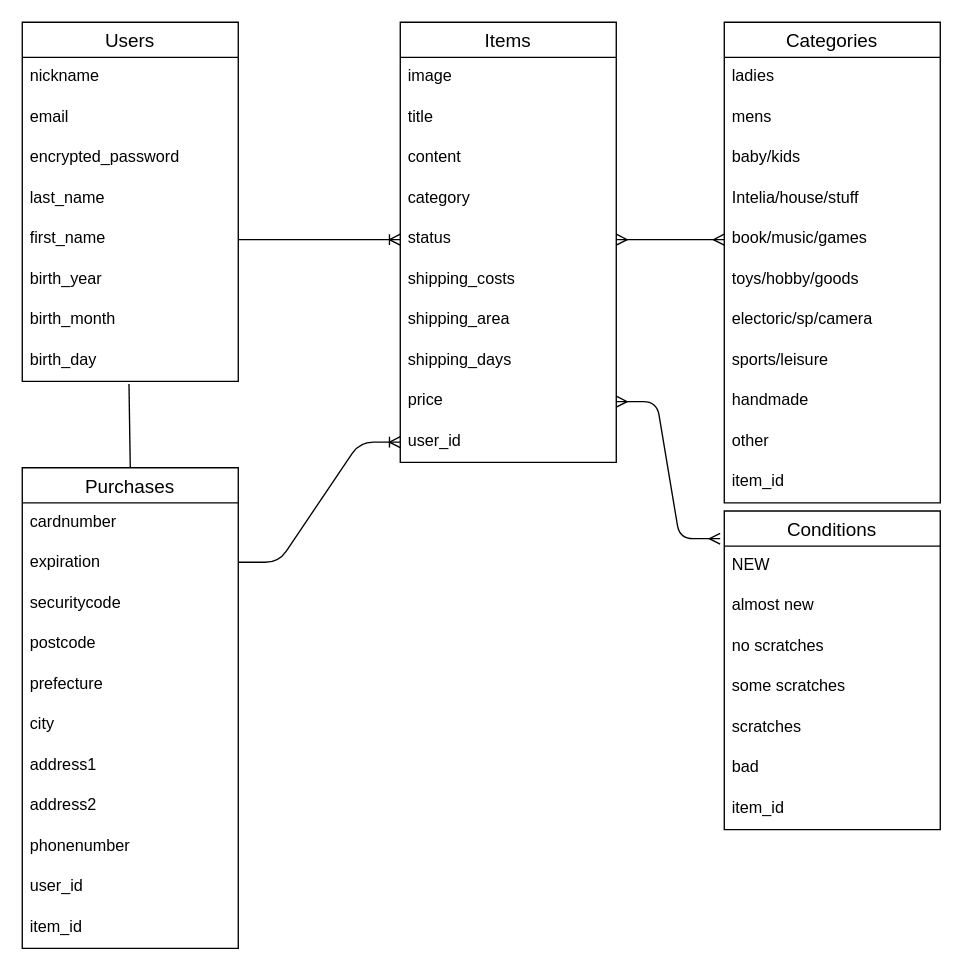
This is er.dio from Allisonna/furima-40530, a draw.io file, before an edit. Source tidied: cells renumbered, new cells numbered last; positions are measured from the earlier drawing's top-left corner, leaving out a move shared by most shapes. Both pictures are drawn from the tidied source at 135%, with x=0, y=0 at pixel (22, 22).
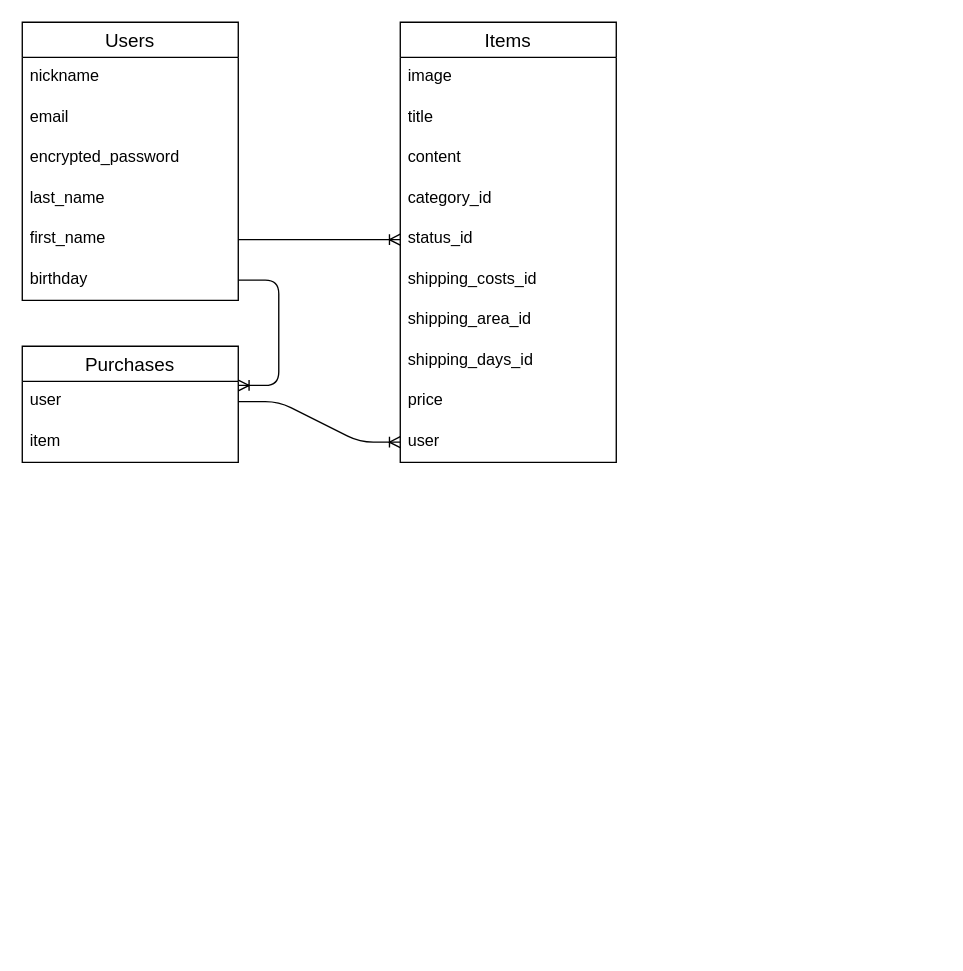
After the change.

Commit message (it also covers changes not shown here):
ER図とREADMEの修正

Unchanged cells that the change refers to:
```xml
<mxCell id="11" value="Items" style="swimlane;fontStyle=0;horizontal=1;startSize=26;align=center;fontSize=14;" parent="1" vertex="1">
  <mxGeometry x="280" width="160" height="326" as="geometry" />
</mxCell>
<mxCell id="20" value="price" style="text;strokeColor=none;fillColor=none;spacingLeft=4;spacingRight=4;overflow=hidden;points=[[0,0.5],[1,0.5]];portConstraint=eastwest;fontSize=12;" parent="11" vertex="1">
  <mxGeometry y="266" width="160" height="30" as="geometry" />
</mxCell>
```

Change to the diagram source:
```diff
@@
     <mxCell id="2" value="Users" style="swimlane;fontStyle=0;horizontal=1;startSize=26;align=center;fontSize=14;" parent="1" vertex="1">
-      <mxGeometry width="160" height="266" as="geometry" />
+      <mxGeometry width="160" height="206" as="geometry" />
     </mxCell>
@@
-    <mxCell id="8" value="birth_year" style="text;strokeColor=none;fillColor=none;spacingLeft=4;spacingRight=4;overflow=hidden;points=[[0,0.5],[1,0.5]];portConstraint=eastwest;fontSize=12;" parent="2" vertex="1">
+    <mxCell id="8" value="birthday" style="text;strokeColor=none;fillColor=none;spacingLeft=4;spacingRight=4;overflow=hidden;points=[[0,0.5],[1,0.5]];portConstraint=eastwest;fontSize=12;" parent="2" vertex="1">
       <mxGeometry y="176" width="160" height="30" as="geometry" />
     </mxCell>
-    <mxCell id="9" value="birth_month" style="text;strokeColor=none;fillColor=none;spacingLeft=4;spacingRight=4;overflow=hidden;fontSize=12;" parent="2" vertex="1">
-      <mxGeometry y="206" width="160" height="30" as="geometry" />
-    </mxCell>
-    <mxCell id="10" value="birth_day" style="text;strokeColor=none;fillColor=none;spacingLeft=4;spacingRight=4;overflow=hidden;points=[[0,0.5],[1,0.5]];portConstraint=eastwest;fontSize=12;" parent="2" vertex="1">
-      <mxGeometry y="236" width="160" height="30" as="geometry" />
-    </mxCell>
@@
-    <mxCell id="15" value="category" style="text;strokeColor=none;fillColor=none;spacingLeft=4;spacingRight=4;overflow=hidden;fontSize=12;" parent="11" vertex="1">
+    <mxCell id="15" value="category_id" style="text;strokeColor=none;fillColor=none;spacingLeft=4;spacingRight=4;overflow=hidden;fontSize=12;" parent="11" vertex="1">
       <mxGeometry y="116" width="160" height="30" as="geometry" />
     </mxCell>
-    <mxCell id="16" value="status" style="text;strokeColor=none;fillColor=none;spacingLeft=4;spacingRight=4;overflow=hidden;points=[[0,0.5],[1,0.5]];portConstraint=eastwest;fontSize=12;" parent="11" vertex="1">
+    <mxCell id="16" value="status_id" style="text;strokeColor=none;fillColor=none;spacingLeft=4;spacingRight=4;overflow=hidden;points=[[0,0.5],[1,0.5]];portConstraint=eastwest;fontSize=12;" parent="11" vertex="1">
       <mxGeometry y="146" width="160" height="30" as="geometry" />
     </mxCell>
-    <mxCell id="17" value="shipping_costs" style="text;strokeColor=none;fillColor=none;spacingLeft=4;spacingRight=4;overflow=hidden;fontSize=12;" parent="11" vertex="1">
+    <mxCell id="17" value="shipping_costs_id" style="text;strokeColor=none;fillColor=none;spacingLeft=4;spacingRight=4;overflow=hidden;fontSize=12;" parent="11" vertex="1">
       <mxGeometry y="176" width="160" height="30" as="geometry" />
     </mxCell>
-    <mxCell id="18" value="shipping_area" style="text;strokeColor=none;fillColor=none;spacingLeft=4;spacingRight=4;overflow=hidden;fontSize=12;" parent="11" vertex="1">
+    <mxCell id="18" value="shipping_area_id" style="text;strokeColor=none;fillColor=none;spacingLeft=4;spacingRight=4;overflow=hidden;fontSize=12;" parent="11" vertex="1">
       <mxGeometry y="206" width="160" height="30" as="geometry" />
     </mxCell>
-    <mxCell id="19" value="shipping_days" style="text;strokeColor=none;fillColor=none;spacingLeft=4;spacingRight=4;overflow=hidden;fontSize=12;" parent="11" vertex="1">
+    <mxCell id="19" value="shipping_days_id" style="text;strokeColor=none;fillColor=none;spacingLeft=4;spacingRight=4;overflow=hidden;fontSize=12;" parent="11" vertex="1">
       <mxGeometry y="236" width="160" height="30" as="geometry" />
     </mxCell>
@@
-    <mxCell id="21" value="user_id" style="text;strokeColor=none;fillColor=none;spacingLeft=4;spacingRight=4;overflow=hidden;points=[[0,0.5],[1,0.5]];portConstraint=eastwest;fontSize=12;" parent="11" vertex="1">
+    <mxCell id="21" value="user" style="text;strokeColor=none;fillColor=none;spacingLeft=4;spacingRight=4;overflow=hidden;points=[[0,0.5],[1,0.5]];portConstraint=eastwest;fontSize=12;" parent="11" vertex="1">
       <mxGeometry y="296" width="160" height="30" as="geometry" />
     </mxCell>
     <mxCell id="22" value="Purchases" style="swimlane;fontStyle=0;horizontal=1;startSize=26;align=center;fontSize=14;" parent="1" vertex="1">
-      <mxGeometry y="330" width="160" height="356" as="geometry" />
+      <mxGeometry y="240" width="160" height="86" as="geometry" />
     </mxCell>
-    <mxCell id="23" value="cardnumber" style="text;strokeColor=none;fillColor=none;spacingLeft=4;spacingRight=4;overflow=hidden;fontSize=12;" parent="22" vertex="1">
-      <mxGeometry y="26" width="160" height="30" as="geometry" />
-    </mxCell>
-    <mxCell id="24" value="expiration" style="text;strokeColor=none;fillColor=none;spacingLeft=4;spacingRight=4;overflow=hidden;fontSize=12;" parent="22" vertex="1">
-      <mxGeometry y="56" width="160" height="30" as="geometry" />
-    </mxCell>
-    <mxCell id="25" value="securitycode" style="text;strokeColor=none;fillColor=none;spacingLeft=4;spacingRight=4;overflow=hidden;fontSize=12;" parent="22" vertex="1">
-      <mxGeometry y="86" width="160" height="30" as="geometry" />
-    </mxCell>
-    <mxCell id="26" value="postcode" style="text;strokeColor=none;fillColor=none;spacingLeft=4;spacingRight=4;overflow=hidden;fontSize=12;" parent="22" vertex="1">
-      <mxGeometry y="116" width="160" height="30" as="geometry" />
-    </mxCell>
-    <mxCell id="27" value="prefecture" style="text;strokeColor=none;fillColor=none;spacingLeft=4;spacingRight=4;overflow=hidden;fontSize=12;" parent="22" vertex="1">
-      <mxGeometry y="146" width="160" height="30" as="geometry" />
-    </mxCell>
-    <mxCell id="28" value="city" style="text;strokeColor=none;fillColor=none;spacingLeft=4;spacingRight=4;overflow=hidden;fontSize=12;" parent="22" vertex="1">
-      <mxGeometry y="176" width="160" height="30" as="geometry" />
-    </mxCell>
-    <mxCell id="29" value="address1" style="text;strokeColor=none;fillColor=none;spacingLeft=4;spacingRight=4;overflow=hidden;fontSize=12;" parent="22" vertex="1">
-      <mxGeometry y="206" width="160" height="30" as="geometry" />
-    </mxCell>
-    <mxCell id="30" value="address2" style="text;strokeColor=none;fillColor=none;spacingLeft=4;spacingRight=4;overflow=hidden;fontSize=12;" parent="22" vertex="1">
-      <mxGeometry y="236" width="160" height="30" as="geometry" />
-    </mxCell>
-    <mxCell id="31" value="phonenumber" style="text;strokeColor=none;fillColor=none;spacingLeft=4;spacingRight=4;overflow=hidden;fontSize=12;" parent="22" vertex="1">
-      <mxGeometry y="266" width="160" height="30" as="geometry" />
-    </mxCell>
-    <mxCell id="32" value="user_id" style="text;strokeColor=none;fillColor=none;spacingLeft=4;spacingRight=4;overflow=hidden;points=[[0,0.5],[1,0.5]];portConstraint=eastwest;fontSize=12;" parent="22" vertex="1">
-      <mxGeometry y="296" width="160" height="30" as="geometry" />
+    <mxCell id="32" value="user" style="text;strokeColor=none;fillColor=none;spacingLeft=4;spacingRight=4;overflow=hidden;points=[[0,0.5],[1,0.5]];portConstraint=eastwest;fontSize=12;" parent="22" vertex="1">
+      <mxGeometry y="26" width="160" height="30" as="geometry" />
     </mxCell>
-    <mxCell id="33" value="item_id" style="text;strokeColor=none;fillColor=none;spacingLeft=4;spacingRight=4;overflow=hidden;fontSize=12;" parent="22" vertex="1">
-      <mxGeometry y="326" width="160" height="30" as="geometry" />
+    <mxCell id="33" value="item" style="text;strokeColor=none;fillColor=none;spacingLeft=4;spacingRight=4;overflow=hidden;fontSize=12;" parent="22" vertex="1">
+      <mxGeometry y="56" width="160" height="30" as="geometry" />
     </mxCell>
-    <mxCell id="34" value="Categories" style="swimlane;fontStyle=0;horizontal=1;startSize=26;align=center;fontSize=14;" parent="1" vertex="1">
-      <mxGeometry x="520" width="160" height="356" as="geometry" />
-    </mxCell>
-    <mxCell id="35" value="ladies" style="text;strokeColor=none;fillColor=none;spacingLeft=4;spacingRight=4;overflow=hidden;fontSize=12;" parent="34" vertex="1">
-      <mxGeometry y="26" width="160" height="30" as="geometry" />
-    </mxCell>
-    <mxCell id="36" value="mens" style="text;strokeColor=none;fillColor=none;spacingLeft=4;spacingRight=4;overflow=hidden;fontSize=12;" parent="34" vertex="1">
-      <mxGeometry y="56" width="160" height="30" as="geometry" />
-    </mxCell>
-    <mxCell id="37" value="baby/kids" style="text;strokeColor=none;fillColor=none;spacingLeft=4;spacingRight=4;overflow=hidden;fontSize=12;" parent="34" vertex="1">
-      <mxGeometry y="86" width="160" height="30" as="geometry" />
-    </mxCell>
-    <mxCell id="38" value="Intelia/house/stuff" style="text;strokeColor=none;fillColor=none;spacingLeft=4;spacingRight=4;overflow=hidden;fontSize=12;" parent="34" vertex="1">
-      <mxGeometry y="116" width="160" height="30" as="geometry" />
-    </mxCell>
-    <mxCell id="39" value="book/music/games" style="text;strokeColor=none;fillColor=none;spacingLeft=4;spacingRight=4;overflow=hidden;points=[[0,0.5],[1,0.5]];portConstraint=eastwest;fontSize=12;" parent="34" vertex="1">
-      <mxGeometry y="146" width="160" height="30" as="geometry" />
-    </mxCell>
-    <mxCell id="40" value="toys/hobby/goods" style="text;strokeColor=none;fillColor=none;spacingLeft=4;spacingRight=4;overflow=hidden;fontSize=12;" parent="34" vertex="1">
-      <mxGeometry y="176" width="160" height="30" as="geometry" />
-    </mxCell>
-    <mxCell id="41" value="electoric/sp/camera" style="text;strokeColor=none;fillColor=none;spacingLeft=4;spacingRight=4;overflow=hidden;fontSize=12;" parent="34" vertex="1">
-      <mxGeometry y="206" width="160" height="30" as="geometry" />
-    </mxCell>
-    <mxCell id="42" value="sports/leisure" style="text;strokeColor=none;fillColor=none;spacingLeft=4;spacingRight=4;overflow=hidden;fontSize=12;" parent="34" vertex="1">
-      <mxGeometry y="236" width="160" height="30" as="geometry" />
-    </mxCell>
-    <mxCell id="43" value="handmade" style="text;strokeColor=none;fillColor=none;spacingLeft=4;spacingRight=4;overflow=hidden;fontSize=12;" parent="34" vertex="1">
-      <mxGeometry y="266" width="160" height="30" as="geometry" />
-    </mxCell>
-    <mxCell id="44" value="other" style="text;strokeColor=none;fillColor=none;spacingLeft=4;spacingRight=4;overflow=hidden;fontSize=12;" parent="34" vertex="1">
-      <mxGeometry y="296" width="160" height="30" as="geometry" />
-    </mxCell>
-    <mxCell id="45" value="item_id" style="text;strokeColor=none;fillColor=none;spacingLeft=4;spacingRight=4;overflow=hidden;fontSize=12;" parent="34" vertex="1">
-      <mxGeometry y="326" width="160" height="30" as="geometry" />
-    </mxCell>
-    <mxCell id="46" value="Conditions" style="swimlane;fontStyle=0;horizontal=1;startSize=26;align=center;fontSize=14;" parent="1" vertex="1">
-      <mxGeometry x="520" y="362" width="160" height="236" as="geometry" />
-    </mxCell>
-    <mxCell id="47" value="NEW" style="text;strokeColor=none;fillColor=none;spacingLeft=4;spacingRight=4;overflow=hidden;fontSize=12;" parent="46" vertex="1">
-      <mxGeometry y="26" width="160" height="30" as="geometry" />
-    </mxCell>
-    <mxCell id="48" value="almost new" style="text;strokeColor=none;fillColor=none;spacingLeft=4;spacingRight=4;overflow=hidden;fontSize=12;" parent="46" vertex="1">
-      <mxGeometry y="56" width="160" height="30" as="geometry" />
-    </mxCell>
-    <mxCell id="49" value="no scratches" style="text;strokeColor=none;fillColor=none;spacingLeft=4;spacingRight=4;overflow=hidden;fontSize=12;" parent="46" vertex="1">
-      <mxGeometry y="86" width="160" height="30" as="geometry" />
-    </mxCell>
-    <mxCell id="50" value="some scratches" style="text;strokeColor=none;fillColor=none;spacingLeft=4;spacingRight=4;overflow=hidden;fontSize=12;" parent="46" vertex="1">
-      <mxGeometry y="116" width="160" height="30" as="geometry" />
-    </mxCell>
-    <mxCell id="51" value="scratches" style="text;strokeColor=none;fillColor=none;spacingLeft=4;spacingRight=4;overflow=hidden;fontSize=12;" parent="46" vertex="1">
-      <mxGeometry y="146" width="160" height="30" as="geometry" />
-    </mxCell>
-    <mxCell id="52" value="bad" style="text;strokeColor=none;fillColor=none;spacingLeft=4;spacingRight=4;overflow=hidden;fontSize=12;" parent="46" vertex="1">
-      <mxGeometry y="176" width="160" height="30" as="geometry" />
-    </mxCell>
-    <mxCell id="53" value="item_id" style="text;strokeColor=none;fillColor=none;spacingLeft=4;spacingRight=4;overflow=hidden;fontSize=12;" parent="46" vertex="1">
-      <mxGeometry y="206" width="160" height="30" as="geometry" />
-    </mxCell>
@@
-    <mxCell id="55" style="endArrow=none;html=1;rounded=0;exitX=0.494;exitY=1.067;exitDx=0;exitDy=0;exitPerimeter=0;entryX=0.5;entryY=0;entryDx=0;entryDy=0;" parent="1" edge="1" source="10" target="22">
-      <mxGeometry relative="1" as="geometry" />
-    </mxCell>
-    <mxCell id="56" style="edgeStyle=entityRelationEdgeStyle;fontSize=12;html=1;endArrow=ERmany;startArrow=ERmany;entryX=0;entryY=0.5;entryDx=0;entryDy=0;exitX=1;exitY=0.5;exitDx=0;exitDy=0;" parent="1" edge="1" source="16" target="39">
-      <mxGeometry relative="1" as="geometry" />
-    </mxCell>
-    <mxCell id="57" style="edgeStyle=entityRelationEdgeStyle;fontSize=12;html=1;endArrow=ERmany;startArrow=ERmany;entryX=-0.019;entryY=0.087;entryDx=0;entryDy=0;exitX=1;exitY=0.5;exitDx=0;exitDy=0;entryPerimeter=0;" parent="1" edge="1" source="20" target="46">
-      <mxGeometry relative="1" as="geometry" />
-    </mxCell>
-    <mxCell id="58" style="edgeStyle=entityRelationEdgeStyle;fontSize=12;html=1;endArrow=ERoneToMany;exitX=1;exitY=0.5;exitDx=0;exitDy=0;entryX=0;entryY=0.5;entryDx=0;entryDy=0;" parent="1" edge="1" target="21">
-      <mxGeometry relative="1" as="geometry">
-        <mxPoint x="160" y="400" as="sourcePoint" />
-      </mxGeometry>
+    <mxCell id="58" style="edgeStyle=entityRelationEdgeStyle;fontSize=12;html=1;endArrow=ERoneToMany;exitX=1;exitY=0.5;exitDx=0;exitDy=0;entryX=0;entryY=0.5;entryDx=0;entryDy=0;" parent="1" edge="1" source="32" target="21">
+      <mxGeometry relative="1" as="geometry" />
     </mxCell>
+    <mxCell id="59" style="edgeStyle=entityRelationEdgeStyle;fontSize=12;html=1;endArrow=ERoneToMany;entryX=1;entryY=0.1;entryDx=0;entryDy=0;exitX=1;exitY=0.5;exitDx=0;exitDy=0;entryPerimeter=0;" parent="1" edge="1" source="8" target="32">
+      <mxGeometry relative="1" as="geometry" />
+    </mxCell>
```
